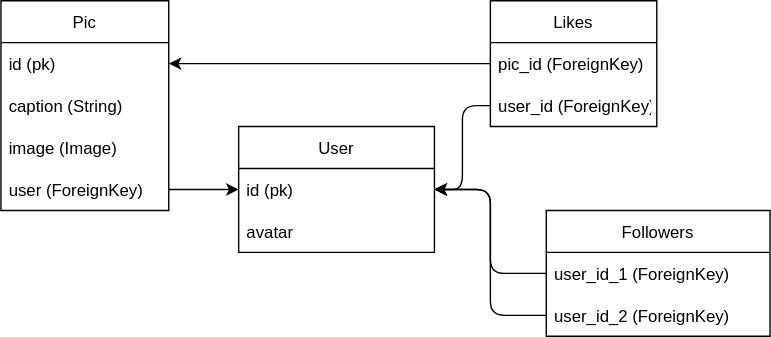
Before: 4 Django/demo/picster/db.drawio.svg, a diagram exported from draw.io (PdxCodeGuild/Class_Raven). Source tidied: cells renumbered, new cells last; positions are measured from the earlier drawing's top-left corner, leaving out a move shared by most shapes.
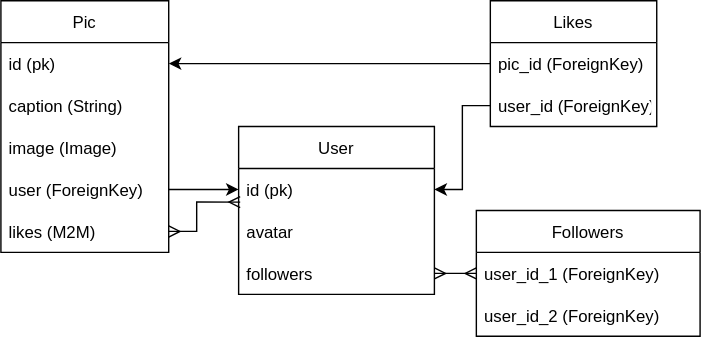
Above is the later version.

Commit message:
updated picster db diagram

Diff of the diagram source:
```diff
@@ -3,7 +3,7 @@
     <mxCell id="0" />
     <mxCell id="1" parent="0" />
     <mxCell id="2" value="Pic" style="swimlane;fontStyle=0;horizontal=1;startSize=30;" parent="1" vertex="1">
-      <mxGeometry width="120" height="150" as="geometry" />
+      <mxGeometry width="120" height="180" as="geometry" />
     </mxCell>
     <mxCell id="3" value="id (pk)" style="text;strokeColor=none;fillColor=none;align=left;verticalAlign=middle;spacingLeft=4;spacingRight=4;overflow=hidden;" parent="2" vertex="1">
       <mxGeometry y="30" width="120" height="30" as="geometry" />
@@ -17,6 +17,9 @@
     <mxCell id="6" value="user (ForeignKey)" style="text;strokeColor=none;fillColor=none;align=left;verticalAlign=middle;spacingLeft=4;spacingRight=4;overflow=hidden;points=[[0,0.5],[1,0.5]];portConstraint=eastwest;" parent="2" vertex="1">
       <mxGeometry y="120" width="120" height="30" as="geometry" />
     </mxCell>
+    <mxCell id="21" value="likes (M2M)" style="text;strokeColor=none;fillColor=none;align=left;verticalAlign=middle;spacingLeft=4;spacingRight=4;overflow=hidden;points=[[0,0.5],[1,0.5]];portConstraint=eastwest;" parent="2" vertex="1">
+      <mxGeometry y="150" width="120" height="30" as="geometry" />
+    </mxCell>
     <mxCell id="7" value="Likes" style="swimlane;fontStyle=0;horizontal=1;startSize=30;" parent="1" vertex="1">
       <mxGeometry x="350" width="119" height="90" as="geometry" />
     </mxCell>
@@ -27,7 +30,7 @@
       <mxGeometry y="60" width="119" height="30" as="geometry" />
     </mxCell>
     <mxCell id="10" value="User" style="swimlane;fontStyle=0;horizontal=1;startSize=30;" parent="1" vertex="1">
-      <mxGeometry x="170" y="90" width="140" height="90" as="geometry" />
+      <mxGeometry x="170" y="90" width="140" height="120" as="geometry" />
     </mxCell>
     <mxCell id="11" value="id (pk)" style="text;strokeColor=none;fillColor=none;align=left;verticalAlign=middle;spacingLeft=4;spacingRight=4;overflow=hidden;points=[[0,0.5],[1,0.5]];portConstraint=eastwest;" parent="10" vertex="1">
       <mxGeometry y="30" width="140" height="30" as="geometry" />
@@ -35,8 +38,11 @@
     <mxCell id="12" value="avatar" style="text;strokeColor=none;fillColor=none;align=left;verticalAlign=middle;spacingLeft=4;spacingRight=4;overflow=hidden;" parent="10" vertex="1">
       <mxGeometry y="60" width="140" height="30" as="geometry" />
     </mxCell>
+    <mxCell id="22" value="followers" style="text;strokeColor=none;fillColor=none;align=left;verticalAlign=middle;spacingLeft=4;spacingRight=4;overflow=hidden;points=[[0,0.5],[1,0.5]];portConstraint=eastwest;" parent="10" vertex="1">
+      <mxGeometry y="90" width="140" height="30" as="geometry" />
+    </mxCell>
     <mxCell id="13" value="Followers" style="swimlane;fontStyle=0;horizontal=1;startSize=30;" parent="1" vertex="1">
-      <mxGeometry x="390" y="150" width="160" height="90" as="geometry" />
+      <mxGeometry x="340" y="150" width="160" height="90" as="geometry" />
     </mxCell>
     <mxCell id="14" value="user_id_1 (ForeignKey)" style="text;strokeColor=none;fillColor=none;align=left;verticalAlign=middle;spacingLeft=4;spacingRight=4;overflow=hidden;points=[[0,0.5],[1,0.5]];portConstraint=eastwest;" parent="13" vertex="1">
       <mxGeometry y="30" width="160" height="30" as="geometry" />
@@ -44,9 +50,20 @@
     <mxCell id="15" value="user_id_2 (ForeignKey)" style="text;strokeColor=none;fillColor=none;align=left;verticalAlign=middle;spacingLeft=4;spacingRight=4;overflow=hidden;points=[[0,0.5],[1,0.5]];portConstraint=eastwest;" parent="13" vertex="1">
       <mxGeometry y="60" width="160" height="30" as="geometry" />
     </mxCell>
+    <mxCell id="23" style="edgeStyle=none;html=1;entryX=0;entryY=0.5;entryDx=0;entryDy=0;startArrow=ERmany;startFill=0;endArrow=ERmany;endFill=0;entryPerimeter=0;exitX=1;exitY=0.5;exitDx=0;exitDy=0;" parent="1" edge="1" source="22" target="14">
+      <mxGeometry relative="1" as="geometry" />
+    </mxCell>
     <mxCell id="16" style="edgeStyle=none;html=1;entryX=0;entryY=0.5;entryDx=0;entryDy=0;startArrow=none;startFill=0;endArrow=classic;endFill=1;exitX=1;exitY=0.5;exitDx=0;exitDy=0;" parent="1" edge="1" source="6" target="11">
       <mxGeometry relative="1" as="geometry" />
     </mxCell>
+    <mxCell id="24" style="edgeStyle=none;html=1;entryX=1;entryY=0.5;entryDx=0;entryDy=0;startArrow=ERmany;startFill=0;endArrow=ERmany;endFill=0;exitX=0.008;exitY=0.801;exitDx=0;exitDy=0;exitPerimeter=0;rounded=0;" parent="1" edge="1" source="11" target="21">
+      <mxGeometry relative="1" as="geometry">
+        <Array as="points">
+          <mxPoint x="140" y="144" />
+          <mxPoint x="140" y="165" />
+        </Array>
+      </mxGeometry>
+    </mxCell>
     <mxCell id="17" style="edgeStyle=none;rounded=0;html=1;exitX=0;exitY=0.5;exitDx=0;exitDy=0;entryX=1;entryY=0.5;entryDx=0;entryDy=0;startArrow=none;startFill=0;endArrow=classic;endFill=1;" parent="1" edge="1">
       <mxGeometry relative="1" as="geometry">
         <mxPoint x="350" y="45" as="sourcePoint" />
@@ -56,7 +73,7 @@
         </Array>
       </mxGeometry>
     </mxCell>
-    <mxCell id="18" style="edgeStyle=none;rounded=1;html=1;exitX=0;exitY=0.5;exitDx=0;exitDy=0;entryX=1;entryY=0.5;entryDx=0;entryDy=0;startArrow=none;startFill=0;endArrow=classic;endFill=1;" parent="1" edge="1" source="9" target="11">
+    <mxCell id="18" style="edgeStyle=none;rounded=0;html=1;exitX=0;exitY=0.5;exitDx=0;exitDy=0;entryX=1;entryY=0.5;entryDx=0;entryDy=0;startArrow=none;startFill=0;endArrow=classic;endFill=1;" parent="1" edge="1" source="9" target="11">
       <mxGeometry relative="1" as="geometry">
         <Array as="points">
           <mxPoint x="330" y="75" />
@@ -64,21 +81,5 @@
         </Array>
       </mxGeometry>
     </mxCell>
-    <mxCell id="19" style="edgeStyle=none;html=1;entryX=1;entryY=0.5;entryDx=0;entryDy=0;exitX=0;exitY=0.5;exitDx=0;exitDy=0;" parent="1" edge="1" source="14" target="11">
-      <mxGeometry relative="1" as="geometry">
-        <Array as="points">
-          <mxPoint x="350" y="195" />
-          <mxPoint x="350" y="135" />
-        </Array>
-      </mxGeometry>
-    </mxCell>
-    <mxCell id="20" style="edgeStyle=none;rounded=1;html=1;entryX=1;entryY=0.5;entryDx=0;entryDy=0;exitX=0;exitY=0.5;exitDx=0;exitDy=0;" parent="1" edge="1" source="15" target="11">
-      <mxGeometry relative="1" as="geometry">
-        <Array as="points">
-          <mxPoint x="350" y="225" />
-          <mxPoint x="350" y="135" />
-        </Array>
-      </mxGeometry>
-    </mxCell>
   </root>
 </mxGraphModel>
```
